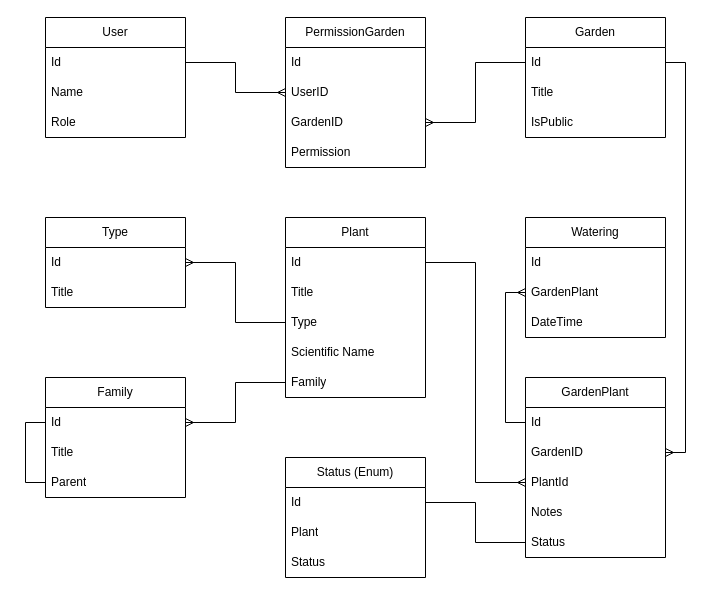
The draw.io diagram Garden-ER.drawio in MatiasGrimm/Garden, before the edit. Source tidied: cells renumbered, new cells numbered last; positions are measured from the earlier drawing's top-left corner, leaving out a move shared by most shapes. Both pictures are drawn from the tidied source at 100%, with x=0, y=0 at pixel (45, 17).
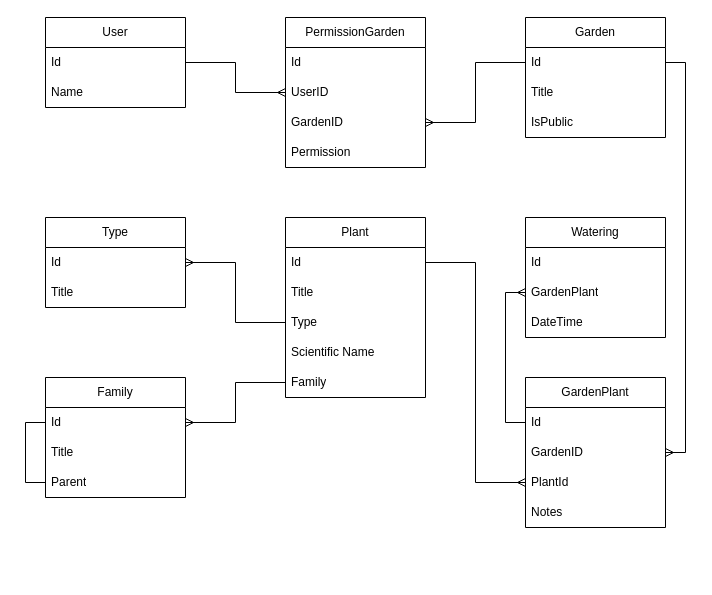
The same diagram, later.

What changed in the source:
```diff
@@
     <mxCell id="2" value="User" style="swimlane;fontStyle=0;horizontal=1;startSize=30;whiteSpace=wrap;html=1;" parent="1" vertex="1">
-      <mxGeometry width="140" height="120" as="geometry" />
+      <mxGeometry width="140" height="90" as="geometry" />
     </mxCell>
@@
-    <mxCell id="5" value="Role" style="text;strokeColor=none;fillColor=none;align=left;verticalAlign=middle;spacingLeft=4;spacingRight=4;overflow=hidden;whiteSpace=wrap;html=1;" parent="2" vertex="1">
-      <mxGeometry y="90" width="140" height="30" as="geometry" />
-    </mxCell>
@@
     <mxCell id="27" value="GardenPlant" style="swimlane;fontStyle=0;horizontal=1;startSize=30;whiteSpace=wrap;html=1;" parent="1" vertex="1">
-      <mxGeometry x="480" y="360" width="140" height="180" as="geometry" />
+      <mxGeometry x="480" y="360" width="140" height="150" as="geometry" />
     </mxCell>
@@
-    <mxCell id="32" value="Status" style="text;strokeColor=none;fillColor=none;align=left;verticalAlign=middle;spacingLeft=4;spacingRight=4;overflow=hidden;points=[[0,0.5],[1,0.5]];portConstraint=eastwest;whiteSpace=wrap;html=1;" parent="27" vertex="1">
-      <mxGeometry y="150" width="140" height="30" as="geometry" />
-    </mxCell>
@@
-    <mxCell id="46" value="Status (Enum)" style="swimlane;fontStyle=0;horizontal=1;startSize=30;whiteSpace=wrap;html=1;" parent="1" vertex="1">
-      <mxGeometry x="240" y="440" width="140" height="120" as="geometry" />
-    </mxCell>
-    <mxCell id="47" value="Id" style="text;strokeColor=none;fillColor=none;align=left;verticalAlign=middle;spacingLeft=4;spacingRight=4;overflow=hidden;points=[[0,0.5],[1,0.5]];portConstraint=eastwest;whiteSpace=wrap;html=1;" parent="46" vertex="1">
-      <mxGeometry y="30" width="140" height="30" as="geometry" />
-    </mxCell>
-    <mxCell id="48" value="Plant" style="text;strokeColor=none;fillColor=none;align=left;verticalAlign=middle;spacingLeft=4;spacingRight=4;overflow=hidden;whiteSpace=wrap;html=1;" parent="46" vertex="1">
-      <mxGeometry y="60" width="140" height="30" as="geometry" />
-    </mxCell>
-    <mxCell id="49" value="Status" style="text;strokeColor=none;fillColor=none;align=left;verticalAlign=middle;spacingLeft=4;spacingRight=4;overflow=hidden;whiteSpace=wrap;html=1;" parent="46" vertex="1">
-      <mxGeometry y="90" width="140" height="30" as="geometry" />
-    </mxCell>
-    <mxCell id="50" style="edgeStyle=orthogonalEdgeStyle;rounded=0;jettySize=auto;html=1;startArrow=baseDash;startFill=0;endArrow=baseDash;endFill=0;" parent="1" edge="1" source="32" target="47">
-      <mxGeometry relative="1" as="geometry" />
-    </mxCell>
```
